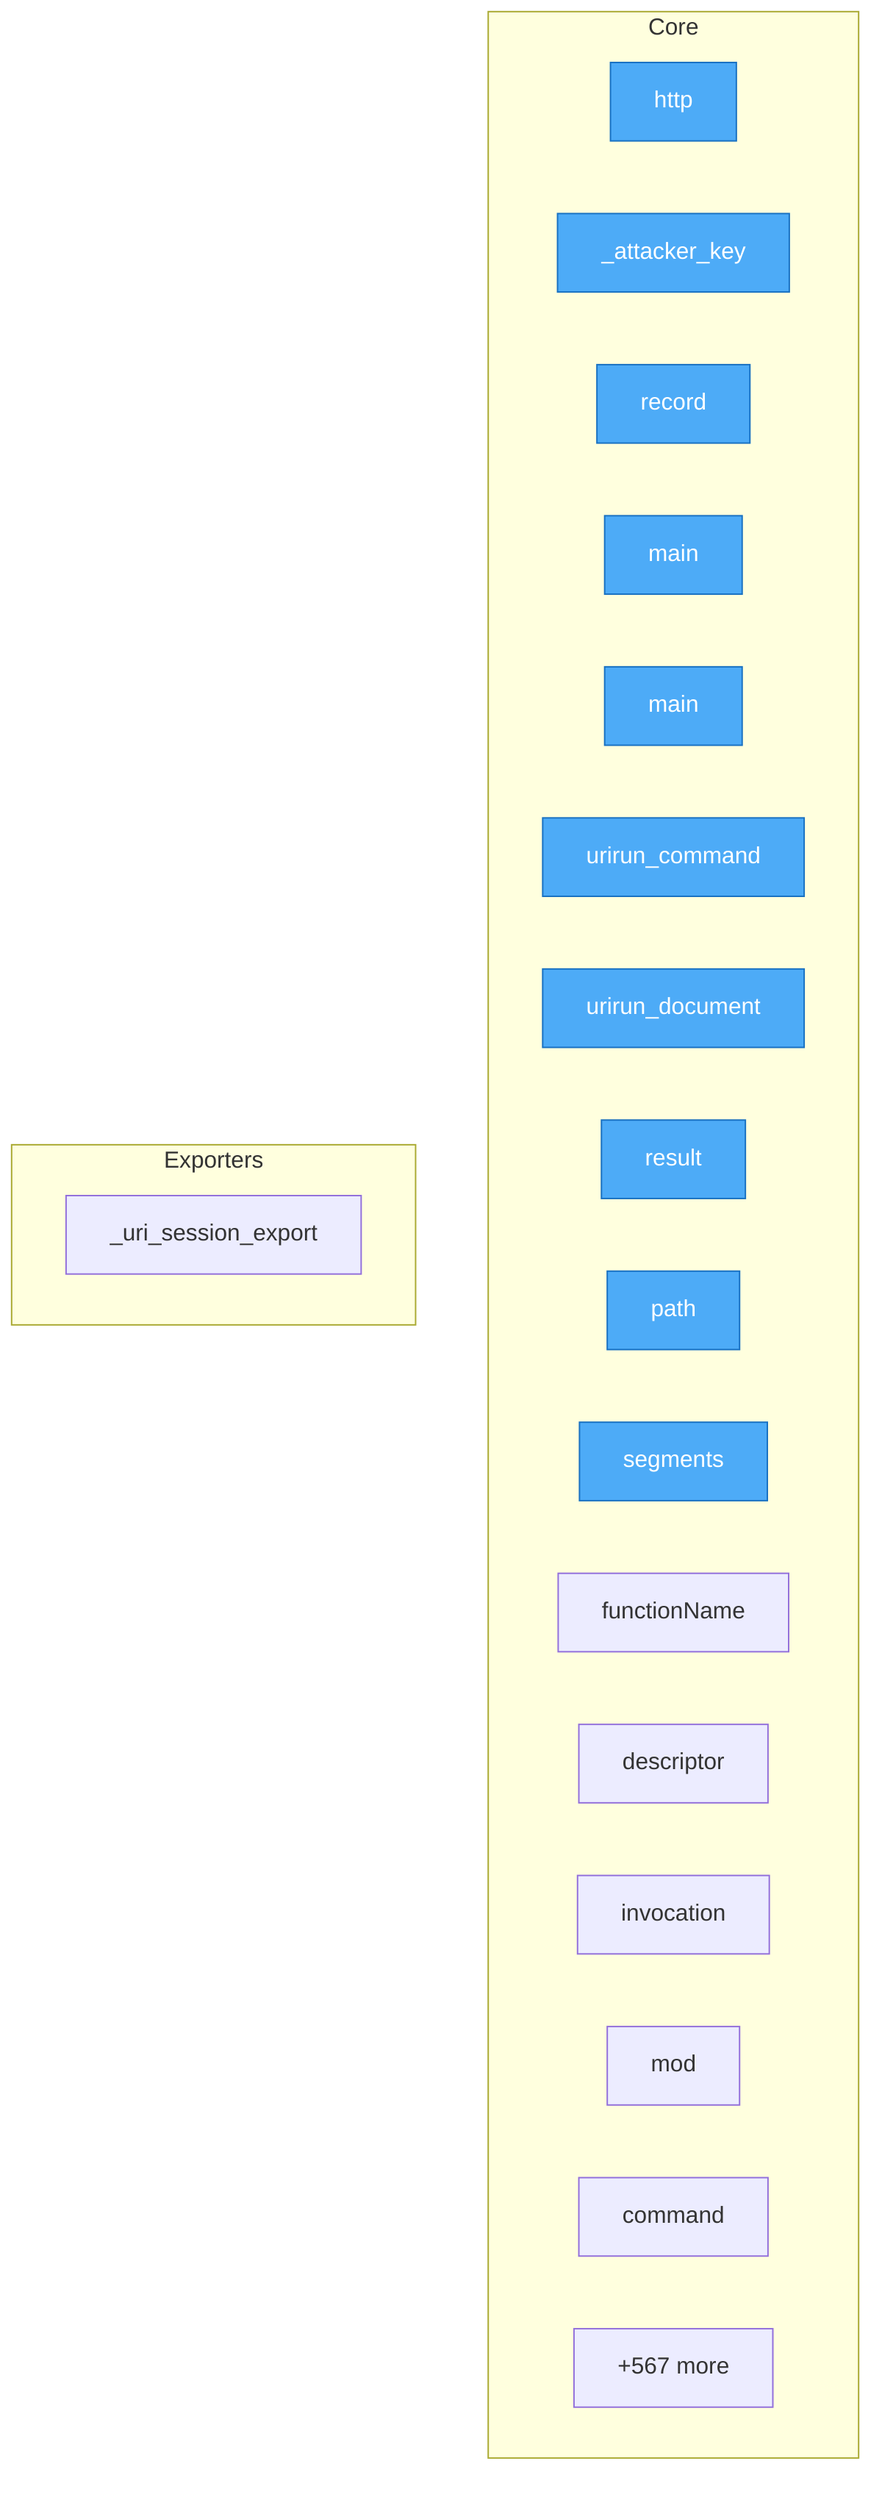
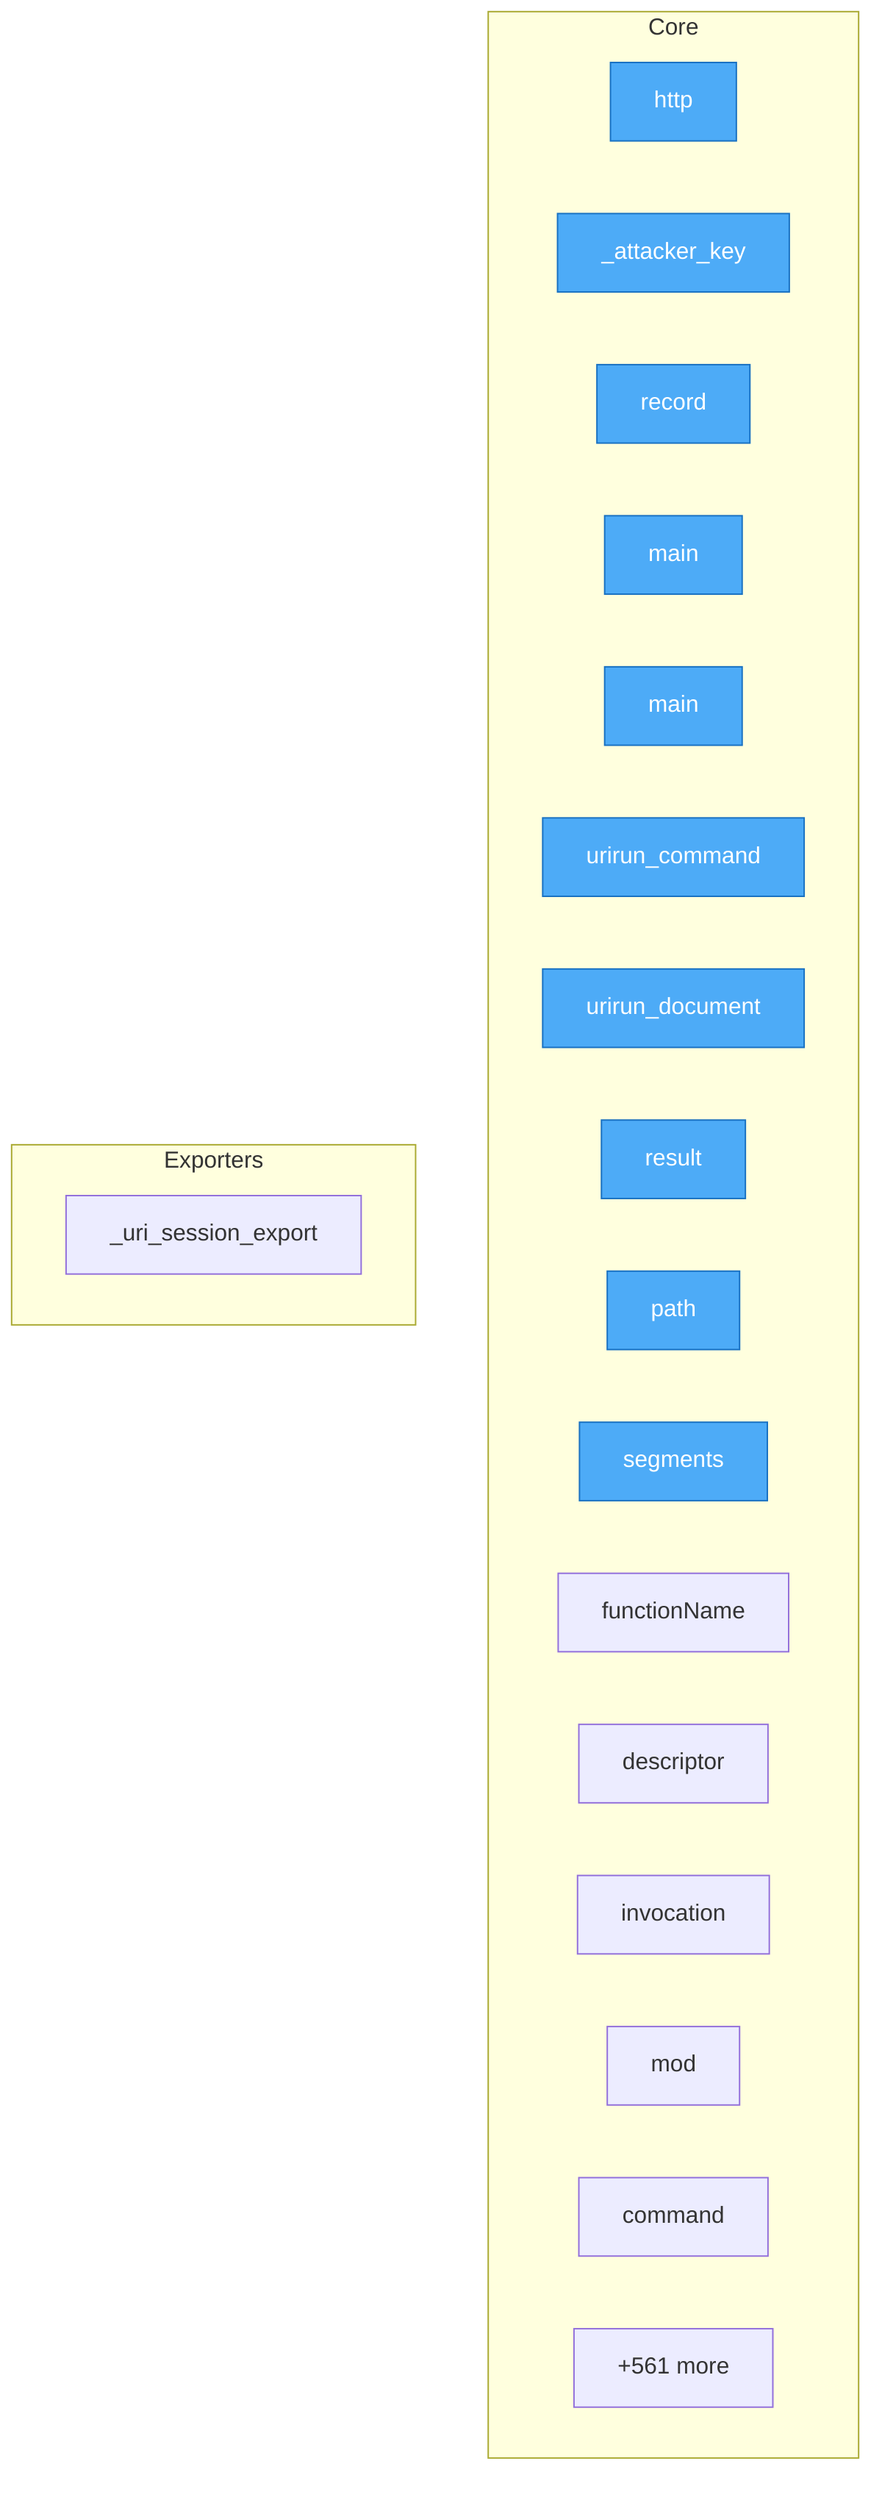
flowchart TD
- %% generated in 0.03s
+ %% generated in 0.04s

    %% Entry points (blue)
    classDef entry fill:#4dabf7,stroke:#1971c2,color:#fff

    subgraph Core
        security__mesh_probe__probe__http["http"]
        security__mesh_probe__probe___attacker_key["_attacker_key"]
        security__mesh_probe__probe__record["record"]
        adapters__conformance__main["main"]
        adapters__new_connector__main["main"]
        adapters__bash__urirun__urirun_command["urirun_command"]
        adapters__bash__urirun__urirun_document["urirun_document"]
        adapters__js__index__test__result["result"]
        adapters__js__path["path"]
        adapters__js__segments["segments"]
        adapters__js__functionName["functionName"]
        adapters__js__descriptor["descriptor"]
        adapters__js__invocation["invocation"]
        adapters__js__mod["mod"]
        adapters__java__Urirun__Urirun__command["command"]
-         ...["+567 more"]
+         ...["+561 more"]
    end

    subgraph Exporters
        adapters__python__urirun__node__skill___uri_session_export["_uri_session_export"]
    end

    class security__mesh_probe__probe__http,security__mesh_probe__probe___attacker_key,security__mesh_probe__probe__record,adapters__conformance__main,adapters__new_connector__main,adapters__bash__urirun__urirun_command,adapters__bash__urirun__urirun_document,adapters__js__index__test__result,adapters__js__path,adapters__js__segments entry
